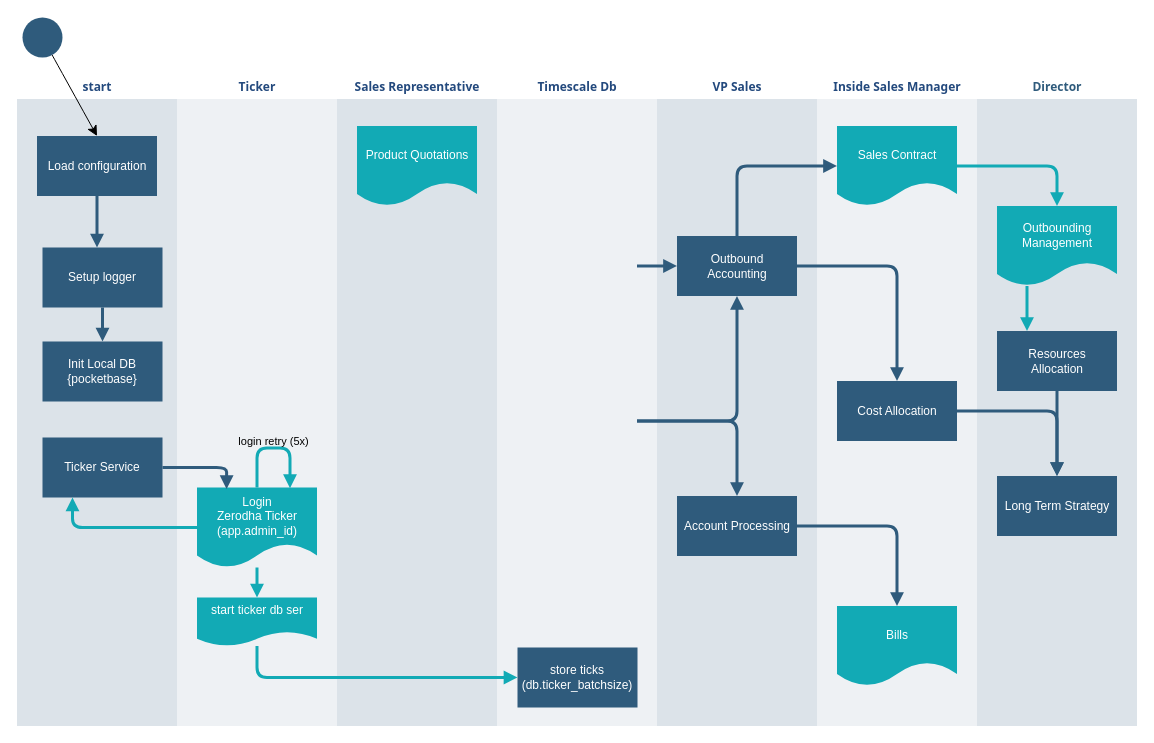
The draw.io diagram arch_operational_flow.drawio in p4r4g/algotrading-arch-doc, before the edit. Source tidied: cells renumbered, new cells numbered last; positions are measured from the earlier drawing's top-left corner, leaving out a move shared by most shapes. Both pictures are drawn from the tidied source at 100%, with x=0, y=0 at pixel (16, 17).
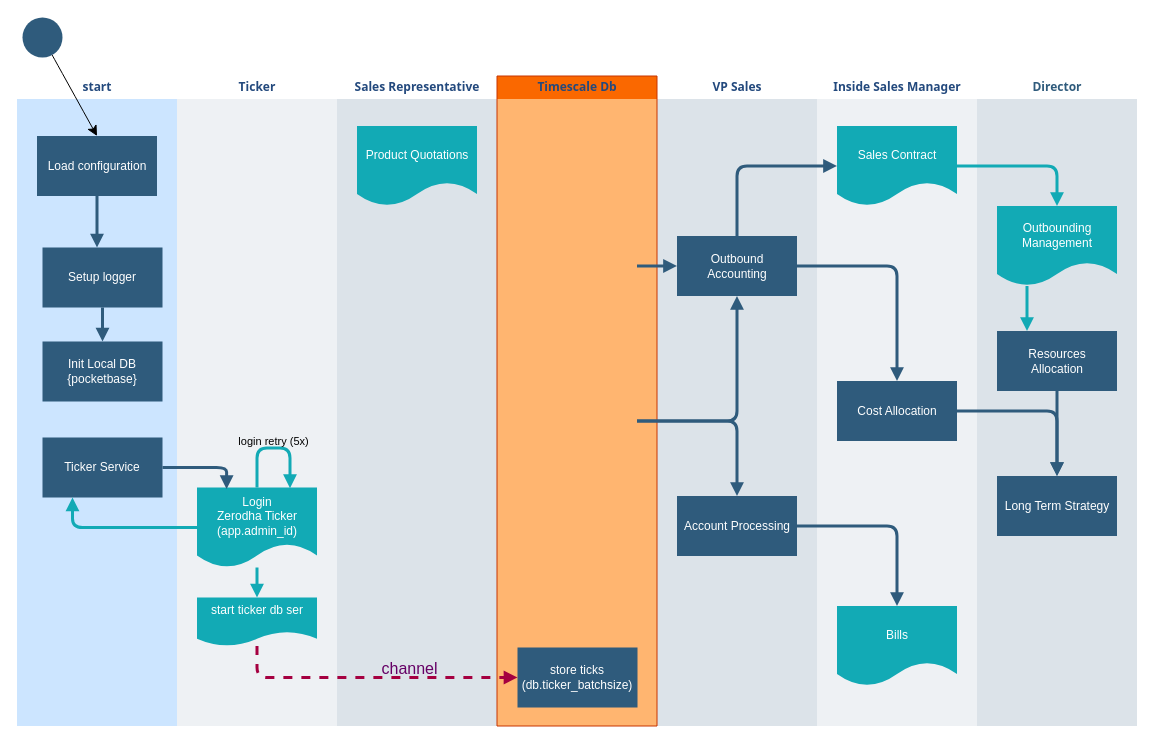
The same page after the edit.

Unchanged cells that the change refers to:
```xml
<mxCell id="19" value="start ticker db ser" style="shape=document;whiteSpace=wrap;verticalAlign=middle;strokeColor=none;fillColor=#12aab5;shadow=0;fontColor=#FFFFFF;fontFamily=Helvetica;fontStyle=0;html=1;fontSize=12;spacing=6;spacingBottom=22;" parent="16" vertex="1">
  <mxGeometry x="20" y="521.5" width="120" height="48.5" as="geometry" />
</mxCell>
<mxCell id="25" value="&lt;div&gt;store ticks&lt;/div&gt;&lt;div&gt;(db.ticker_batchsize)&lt;br&gt;&lt;/div&gt;" style="whiteSpace=wrap;strokeColor=none;fillColor=#2f5b7c;shadow=0;fontColor=#FFFFFF;fontFamily=Helvetica;fontStyle=0;html=1;fontSize=12;spacing=6;verticalAlign=middle;" parent="24" vertex="1">
  <mxGeometry x="20.5" y="571.5" width="120" height="60" as="geometry" />
</mxCell>
```

Change to the diagram source:
```diff
@@
-    <mxCell id="2" value="&lt;font color=&quot;#23497d&quot;&gt;start&lt;/font&gt;" style="swimlane;whiteSpace=wrap;fillColor=none;swimlaneFillColor=#BAC8D3;fontColor=#2F5B7C;fontFamily=Tahoma;html=1;strokeColor=none;opacity=50;" parent="1" vertex="1">
+    <mxCell id="2" value="&lt;font color=&quot;#23497d&quot;&gt;start&lt;/font&gt;" style="swimlane;whiteSpace=wrap;fillColor=none;swimlaneFillColor=#99CCFF;fontColor=#2F5B7C;fontFamily=Tahoma;html=1;strokeColor=none;opacity=50;" parent="1" vertex="1">
       <mxGeometry x="0.5" y="58.5" width="160" height="650" as="geometry" />
     </mxCell>
@@
-    <mxCell id="24" value="&lt;font color=&quot;#23497d&quot;&gt;Timescale Db&lt;br&gt;&lt;/font&gt;" style="swimlane;whiteSpace=wrap;fillColor=none;swimlaneFillColor=#BAC8D3;fontColor=#2F5B7C;fontFamily=Tahoma;html=1;strokeColor=none;opacity=25;" parent="1" vertex="1">
+    <mxCell id="24" value="&lt;font color=&quot;#23497d&quot;&gt;Timescale Db&lt;br&gt;&lt;/font&gt;" style="swimlane;whiteSpace=wrap;fillColor=#fa6800;swimlaneFillColor=#FFB570;fontColor=#000000;fontFamily=Tahoma;html=1;strokeColor=#C73500;swimlaneLine=0;glass=0;rounded=0;shadow=0;" parent="1" vertex="1">
       <mxGeometry x="480.5" y="58.5" width="160" height="650" as="geometry" />
     </mxCell>
@@
-    <mxCell id="43" style="edgeStyle=segmentEdgeStyle;shape=connector;rounded=1;jettySize=auto;html=1;entryX=0;entryY=0.5;entryDx=0;entryDy=0;labelBackgroundColor=default;strokeColor=#12AAB5;strokeWidth=3;fontFamily=Helvetica;fontSize=11;fontColor=default;endArrow=block;endFill=1;" parent="1" edge="1" source="19" target="25">
+    <mxCell id="43" style="edgeStyle=segmentEdgeStyle;shape=connector;rounded=1;jettySize=auto;html=1;entryX=0;entryY=0.5;entryDx=0;entryDy=0;labelBackgroundColor=default;strokeColor=#A50040;strokeWidth=3;fontFamily=Helvetica;fontSize=11;fontColor=default;endArrow=block;endFill=1;fillColor=#d80073;dashed=1;" parent="1" edge="1" source="19" target="25">
       <mxGeometry relative="1" as="geometry">
         <Array as="points">
           <mxPoint x="241" y="660" />
         </Array>
       </mxGeometry>
     </mxCell>
+    <mxCell id="45" value="channel" style="edgeLabel;html=1;align=center;verticalAlign=middle;fontSize=16;labelBackgroundColor=none;fontColor=#660066;" parent="43" vertex="1">
+      <mxGeometry x="0.25" y="1" relative="1" as="geometry">
+        <mxPoint y="-9" as="offset" />
+      </mxGeometry>
+    </mxCell>
```
